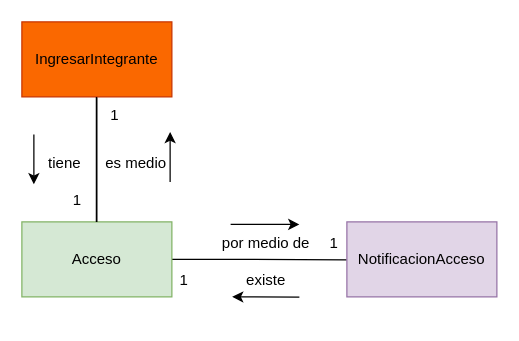
The draw.io diagram page "AnemicModelAccess" (14 of 17) of CoTasker_BoundedContext.drawio in Migue1409-KP/DOO-working-group, before the edit. Source tidied: cells renumbered, new cells numbered last; positions are measured from the earlier drawing's top-left corner, leaving out a move shared by most shapes. Both pictures are drawn from the tidied source at 125%, with x=0, y=0 at pixel (21, 21).
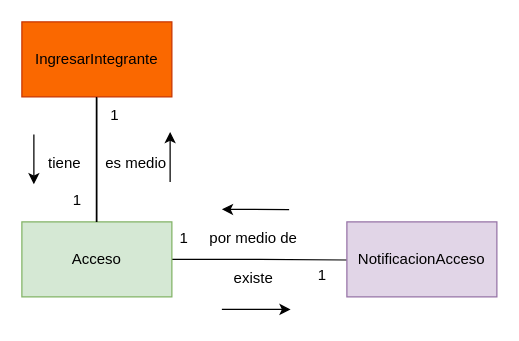
After the change.

Unchanged cells that the change refers to:
```xml
<mxCell id="3" value="Acceso" style="rounded=0;whiteSpace=wrap;html=1;fillColor=#d5e8d4;strokeColor=#82b366;" parent="1" vertex="1">
  <mxGeometry y="160" width="120" height="60" as="geometry" />
</mxCell>
```

Diff of the diagram source:
```diff
@@
-    <mxCell id="2" style="edgeStyle=orthogonalEdgeStyle;rounded=0;jettySize=auto;html=1;exitX=1;exitY=0.5;exitDx=0;exitDy=0;entryX=0.666;entryY=0.949;entryDx=0;entryDy=0;entryPerimeter=0;endArrow=none;endFill=0;" parent="1" edge="1" source="3" target="16">
-      <mxGeometry relative="1" as="geometry" />
+    <mxCell id="2" style="edgeStyle=orthogonalEdgeStyle;rounded=0;jettySize=auto;html=1;exitX=1;exitY=0.5;exitDx=0;exitDy=0;entryX=0.666;entryY=0.949;entryDx=0;entryDy=0;entryPerimeter=0;endArrow=none;endFill=0;" parent="1" edge="1" source="3">
+      <mxGeometry relative="1" as="geometry">
+        <mxPoint x="260" y="190.5" as="targetPoint" />
+        <Array as="points">
+          <mxPoint x="190" y="190" />
+        </Array>
+      </mxGeometry>
     </mxCell>
@@
     <mxCell id="14" value="por medio de" style="text;html=1;align=center;verticalAlign=middle;strokeColor=none;fillColor=none;" parent="1" vertex="1">
-      <mxGeometry x="150" y="162" width="90" height="30" as="geometry" />
+      <mxGeometry x="140" y="158" width="90" height="30" as="geometry" />
     </mxCell>
     <mxCell id="15" style="endArrow=classic;html=1;rounded=0;" parent="1" edge="1">
       <mxGeometry relative="1" as="geometry">
-        <mxPoint x="167" y="162" as="sourcePoint" />
-        <mxPoint x="222" y="162" as="targetPoint" />
+        <mxPoint x="160" y="230" as="sourcePoint" />
+        <mxPoint x="215" y="230" as="targetPoint" />
       </mxGeometry>
     </mxCell>
-    <mxCell id="16" value="1" style="text;html=1;strokeColor=none;fillColor=none;align=center;verticalAlign=middle;whiteSpace=wrap;rounded=0;" parent="1" vertex="1">
-      <mxGeometry x="220" y="162" width="60" height="30" as="geometry" />
-    </mxCell>
     <mxCell id="17" style="endArrow=classic;html=1;rounded=0;entryX=0.885;entryY=0.989;entryDx=0;entryDy=0;entryPerimeter=0;" parent="1" edge="1">
       <mxGeometry relative="1" as="geometry">
-        <mxPoint x="222" y="220.2" as="sourcePoint" />
-        <mxPoint x="168.2" y="220" as="targetPoint" />
+        <mxPoint x="213.8" y="150.2" as="sourcePoint" />
+        <mxPoint x="160" y="150" as="targetPoint" />
       </mxGeometry>
     </mxCell>
     <mxCell id="18" value="1" style="text;html=1;strokeColor=none;fillColor=none;align=center;verticalAlign=middle;whiteSpace=wrap;rounded=0;" parent="1" vertex="1">
-      <mxGeometry x="100" y="192" width="60" height="30" as="geometry" />
+      <mxGeometry x="100" y="158" width="60" height="30" as="geometry" />
     </mxCell>
     <mxCell id="19" value="existe" style="text;html=1;align=center;verticalAlign=middle;strokeColor=none;fillColor=none;" parent="1" vertex="1">
-      <mxGeometry x="170" y="192" width="50" height="30" as="geometry" />
+      <mxGeometry x="160" y="190" width="50" height="30" as="geometry" />
     </mxCell>
+    <mxCell id="16" value="1" style="text;html=1;align=center;verticalAlign=middle;points=[];strokeColor=none;fillColor=none;" parent="1" vertex="1">
+      <mxGeometry x="225" y="188" width="30" height="30" as="geometry" />
+    </mxCell>
```
